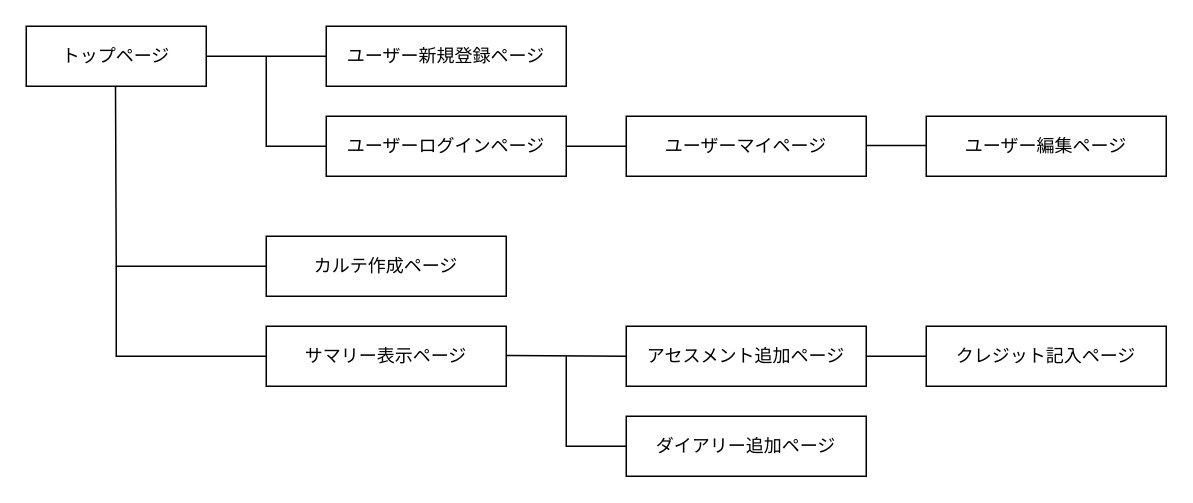
kokmraoi/physical-plan keeps this draw.io diagram as SCtransition.dio. Above is the earlier version. Source tidied: cells renumbered, new cells numbered last; positions are measured from the earlier drawing's top-left corner, leaving out a move shared by most shapes. Both pictures are drawn from the tidied source at 150%, with x=0, y=0 at pixel (26, 26).
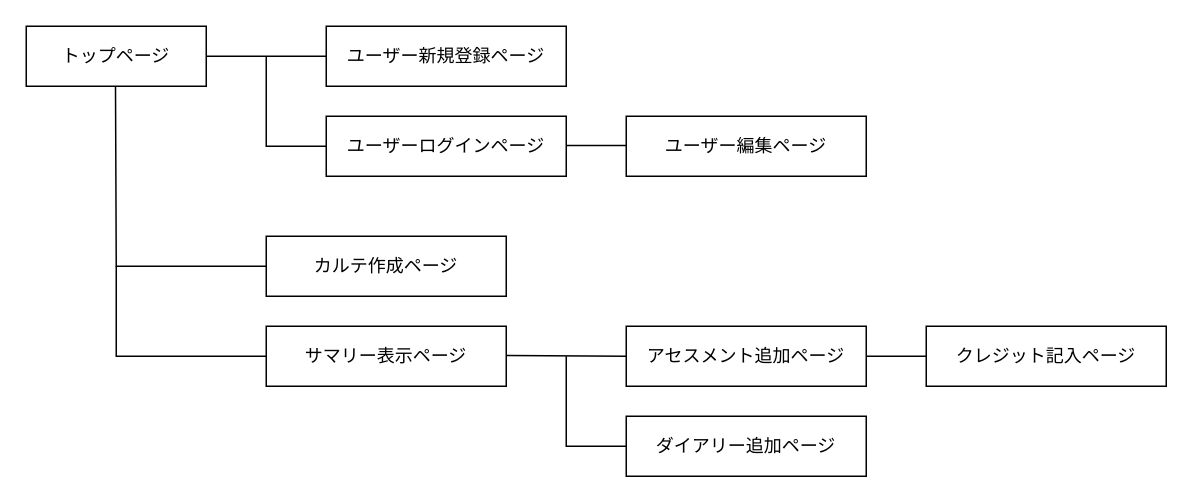
After the change.

The change refers to these unchanged cells:
```xml
<mxCell id="4" value="ユーザーログインページ" style="rounded=0;whiteSpace=wrap;html=1;" parent="1" vertex="1">
  <mxGeometry x="200" y="60" width="160" height="40" as="geometry" />
</mxCell>
```

What changed in the source:
```diff
@@
-    <mxCell id="5" value="ユーザーマイページ" style="rounded=0;whiteSpace=wrap;html=1;" parent="1" vertex="1">
-      <mxGeometry x="400" y="60" width="160" height="40" as="geometry" />
-    </mxCell>
     <mxCell id="6" value="ユーザー編集ページ" style="rounded=0;whiteSpace=wrap;html=1;" parent="1" vertex="1">
-      <mxGeometry x="600" y="60" width="160" height="40" as="geometry" />
+      <mxGeometry x="400" y="60" width="160" height="40" as="geometry" />
     </mxCell>
@@
-    <mxCell id="8" style="endArrow=none;html=1;entryX=0;entryY=0.5;entryDx=0;entryDy=0;exitX=1;exitY=0.5;exitDx=0;exitDy=0;" parent="1" edge="1" source="4" target="5">
-      <mxGeometry relative="1" as="geometry" />
-    </mxCell>
     <mxCell id="9" style="endArrow=none;html=1;" parent="1" edge="1">
       <mxGeometry relative="1" as="geometry">
-        <mxPoint x="560" y="79.5" as="sourcePoint" />
-        <mxPoint x="600" y="79.5" as="targetPoint" />
+        <mxPoint x="360" y="79.5" as="sourcePoint" />
+        <mxPoint x="400" y="79.5" as="targetPoint" />
       </mxGeometry>
     </mxCell>
```
